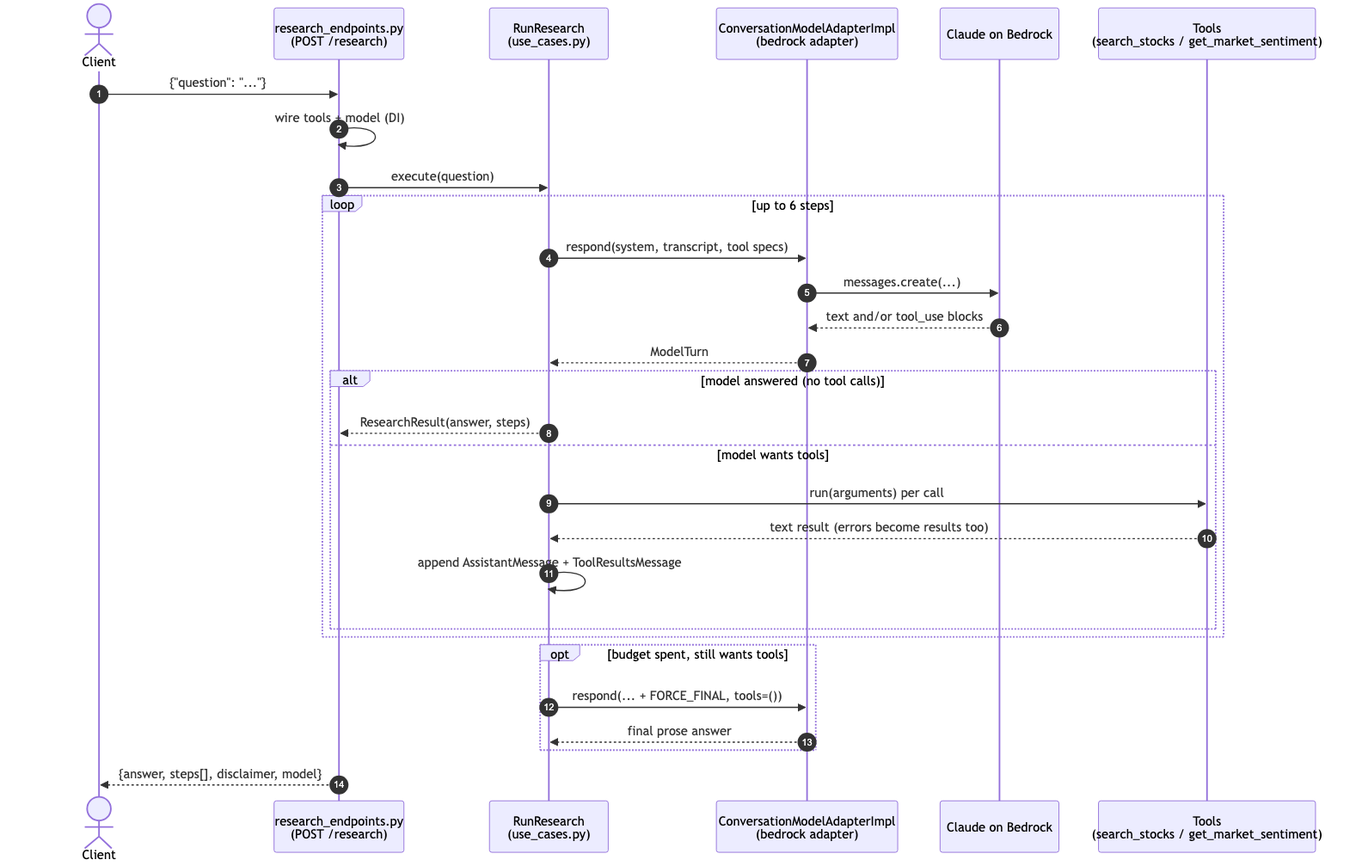
jushy10/nama_backend keeps this Mermaid diagram as app/stocks/ai/agent/docs/research_agent_flow.png. Above is the earlier version. Its source is kept beside it as app/stocks/ai/agent/docs/research_agent_flow.mmd. Source of this version:
```mermaid
sequenceDiagram
    autonumber
    actor FE as Client
    participant EP as research_endpoints.py<br/>(POST /research)
    participant UC as RunResearch<br/>(use_cases.py)
    participant AD as ConversationModelAdapterImpl<br/>(bedrock adapter)
    participant M as Claude on Bedrock
    participant T as Tools<br/>(search_stocks / get_market_sentiment)

    FE->>EP: {"question": "..."}
    EP->>EP: wire tools + model (DI)
    EP->>UC: execute(question)

    loop up to 6 steps
        UC->>AD: respond(system, transcript, tool specs)
        AD->>M: messages.create(...)
        M-->>AD: text and/or tool_use blocks
        AD-->>UC: ModelTurn
        alt model answered (no tool calls)
            UC-->>EP: ResearchResult(answer, steps)
        else model wants tools
            UC->>T: run(arguments) per call
            T-->>UC: text result (errors become results too)
            UC->>UC: append AssistantMessage + ToolResultsMessage
        end
    end

    opt budget spent, still wants tools
        UC->>AD: respond(... + FORCE_FINAL, tools=())
        AD-->>UC: final prose answer
    end

    EP-->>FE: {answer, steps[], disclaimer, model}
```
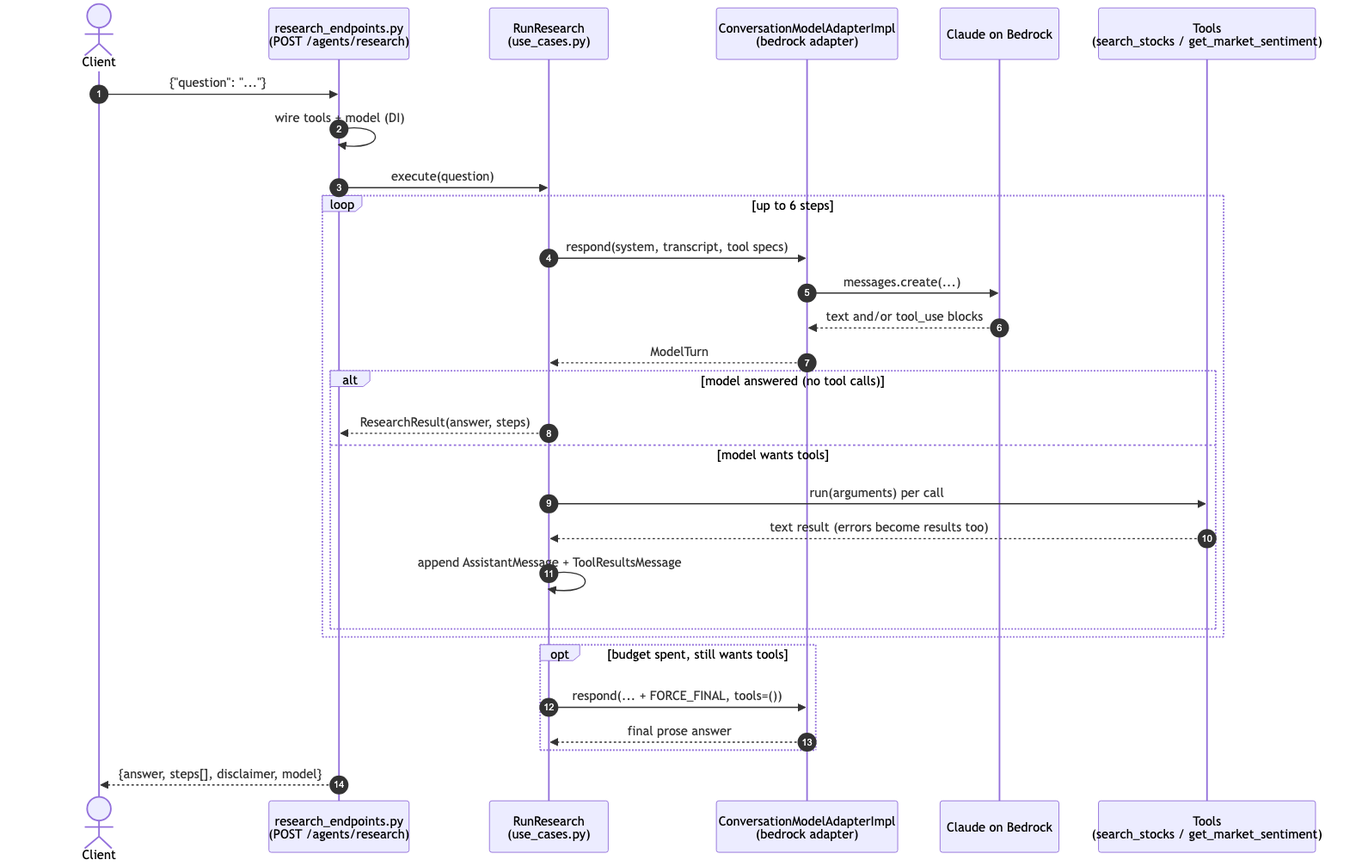
After the commit.

Commit message:
refactor(agent): rename research endpoint to POST /agents/research

Diff of the diagram source:
```diff
@@ -1,7 +1,7 @@
 sequenceDiagram
     autonumber
     actor FE as Client
-    participant EP as research_endpoints.py<br/>(POST /research)
+    participant EP as research_endpoints.py<br/>(POST /agents/research)
     participant UC as RunResearch<br/>(use_cases.py)
     participant AD as ConversationModelAdapterImpl<br/>(bedrock adapter)
     participant M as Claude on Bedrock
```
